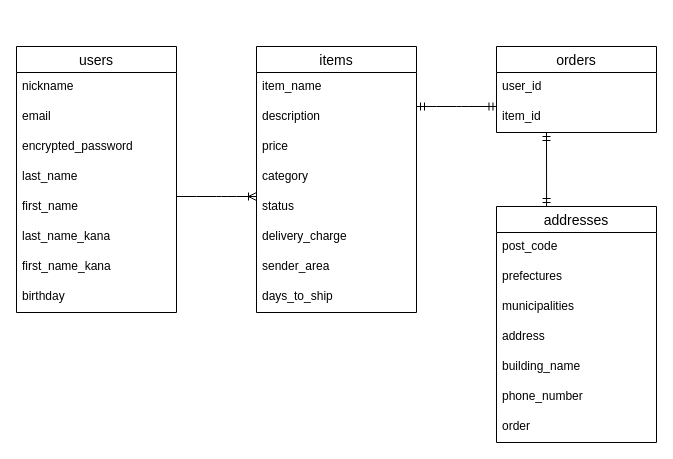
Above: er.dio in chiya76/furima-38087 (draw.io), before the change. Source tidied: cells renumbered, new cells numbered last; positions are measured from the earlier drawing's top-left corner, leaving out a move shared by most shapes. Both pictures are drawn from the tidied source at 100%, with x=0, y=0 at pixel (16, 46).
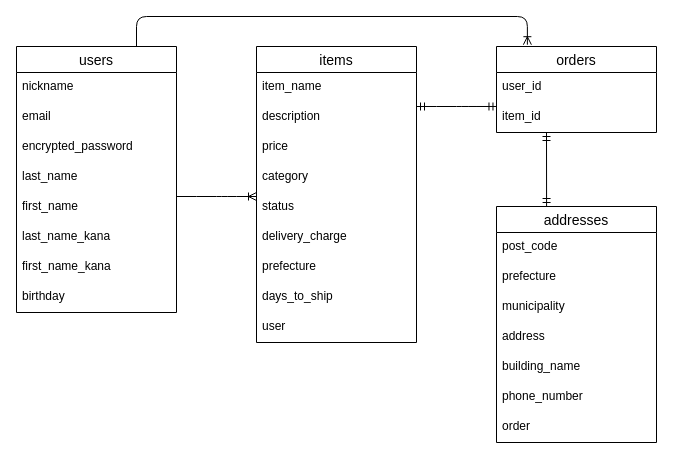
Above is the later version.

Commit message (it also covers changes not shown here):
ER図・READMEの修正4

Unchanged cells that the change refers to:
```xml
<mxCell id="2" value="users" style="swimlane;fontStyle=0;horizontal=1;startSize=26;align=center;fontSize=14;rounded=0;" parent="1" vertex="1">
  <mxGeometry width="160" height="266" as="geometry" />
</mxCell>
<mxCell id="20" value="addresses" style="swimlane;fontStyle=0;horizontal=1;startSize=26;align=center;fontSize=14;rounded=0;" parent="1" vertex="1">
  <mxGeometry x="480" y="160" width="160" height="236" as="geometry" />
</mxCell>
<mxCell id="28" value="orders" style="swimlane;fontStyle=0;horizontal=1;startSize=26;align=center;fontSize=14;rounded=0;" parent="1" vertex="1">
  <mxGeometry x="480" width="160" height="86" as="geometry" />
</mxCell>
```

What changed in the source:
```diff
@@
+    <mxCell id="34" style="edgeStyle=orthogonalEdgeStyle;fontSize=12;html=1;endArrow=ERoneToMany;rounded=1;labelBackgroundColor=default;fontFamily=Helvetica;fontColor=default;strokeColor=default;shape=connector;elbow=vertical;entryX=0.193;entryY=-0.021;entryDx=0;entryDy=0;entryPerimeter=0;" parent="2" edge="1" target="28">
+      <mxGeometry relative="1" as="geometry">
+        <mxPoint x="120" as="sourcePoint" />
+        <Array as="points">
+          <mxPoint x="120" y="-30" />
+          <mxPoint x="511" y="-30" />
+        </Array>
+      </mxGeometry>
+    </mxCell>
     <mxCell id="11" value="items" style="swimlane;fontStyle=0;horizontal=1;startSize=26;align=center;fontSize=14;rounded=0;" parent="1" vertex="1">
-      <mxGeometry x="240" width="160" height="266" as="geometry" />
+      <mxGeometry x="240" width="160" height="296" as="geometry" />
     </mxCell>
@@
-    <mxCell id="18" value="sender_area" style="text;strokeColor=none;fillColor=none;spacingLeft=4;spacingRight=4;overflow=hidden;fontSize=12;rounded=0;" parent="11" vertex="1">
+    <mxCell id="18" value="prefecture" style="text;strokeColor=none;fillColor=none;spacingLeft=4;spacingRight=4;overflow=hidden;fontSize=12;rounded=0;" parent="11" vertex="1">
       <mxGeometry y="206" width="160" height="30" as="geometry" />
     </mxCell>
@@
+    <mxCell id="35" value="user" style="text;strokeColor=none;fillColor=none;spacingLeft=4;spacingRight=4;overflow=hidden;fontSize=12;rounded=0;" parent="11" vertex="1">
+      <mxGeometry y="266" width="160" height="30" as="geometry" />
+    </mxCell>
@@
-    <mxCell id="22" value="prefectures" style="text;strokeColor=none;fillColor=none;spacingLeft=4;spacingRight=4;overflow=hidden;fontSize=12;rounded=0;" parent="20" vertex="1">
+    <mxCell id="22" value="prefecture" style="text;strokeColor=none;fillColor=none;spacingLeft=4;spacingRight=4;overflow=hidden;fontSize=12;rounded=0;" parent="20" vertex="1">
       <mxGeometry y="56" width="160" height="30" as="geometry" />
     </mxCell>
-    <mxCell id="23" value="municipalities" style="text;strokeColor=none;fillColor=none;spacingLeft=4;spacingRight=4;overflow=hidden;fontSize=12;rounded=0;" parent="20" vertex="1">
+    <mxCell id="23" value="municipality" style="text;strokeColor=none;fillColor=none;spacingLeft=4;spacingRight=4;overflow=hidden;fontSize=12;rounded=0;" parent="20" vertex="1">
       <mxGeometry y="86" width="160" height="30" as="geometry" />
     </mxCell>
```
